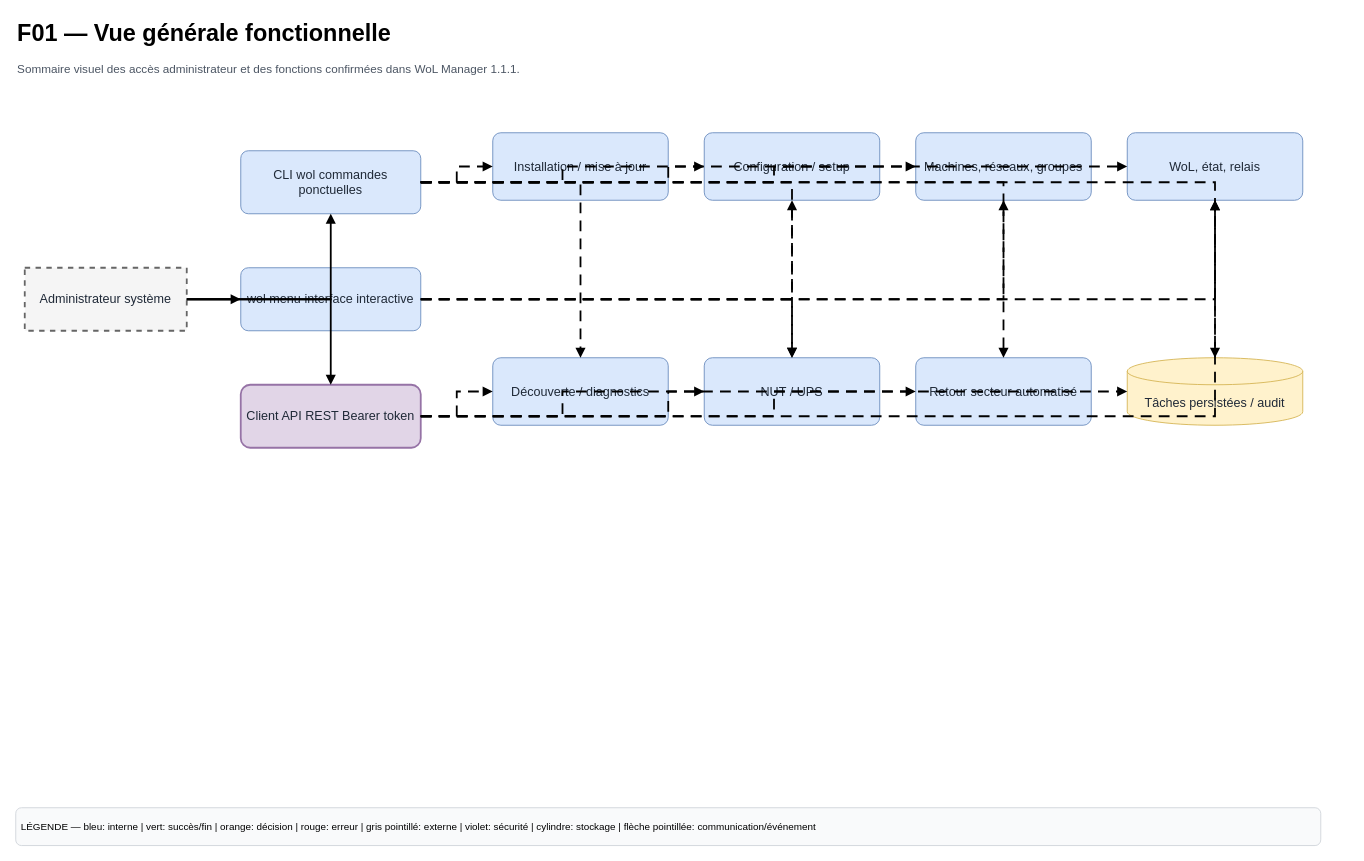
HaasGa-Factory/WOL-Manager keeps this draw.io diagram as page "F01 — Vue générale" (1 of 13) of docs/diagrams/WoL-Manager-Fonctionnel.drawio. Above is the earlier version. Source tidied: cells renumbered, new cells numbered last; positions are measured from the earlier drawing's top-left corner, leaving out a move shared by most shapes. Both pictures are drawn from the tidied source at 90%, with x=0, y=0 at pixel (15, 15).
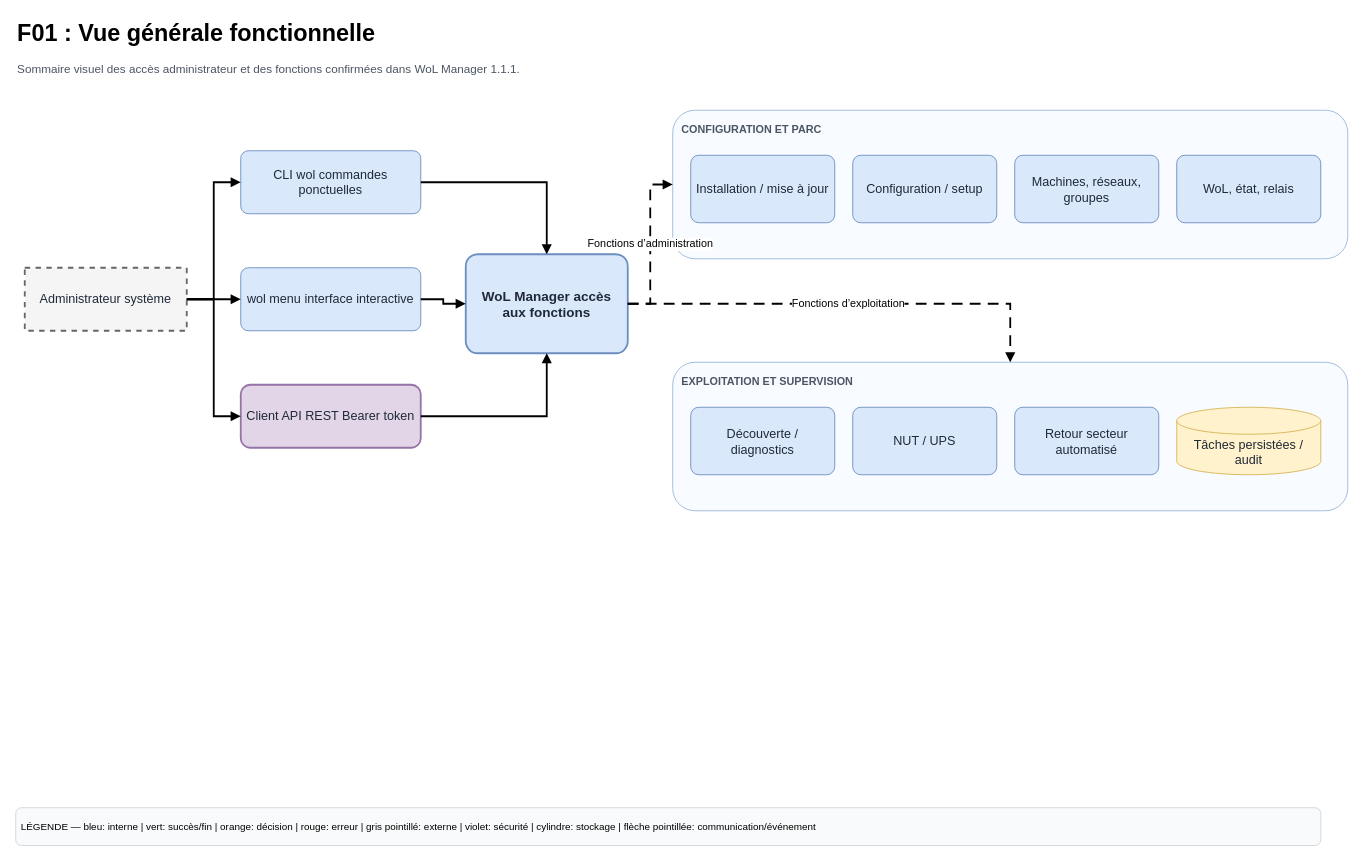
The same page after the edit.

Commit message (it also covers changes not shown here):
docs: add WoL Manager functional and technical diagrams

The change refers to these unchanged cells:
```xml
<mxCell id="5" value="Administrateur système" style="whiteSpace=wrap;html=1;fillColor=#f5f5f5;strokeColor=#666666;fontSize=14;fontColor=#1f2937;align=center;verticalAlign=middle;spacing=6;shadow=0;rounded=0;strokeWidth=2;dashed=1;" parent="1" vertex="1">
  <mxGeometry x="10" y="280" width="180" height="70" as="geometry" />
</mxCell>
<mxCell id="6" value="CLI wol&amp;#xa;commandes ponctuelles" style="whiteSpace=wrap;html=1;fillColor=#dae8fc;strokeColor=#6c8ebf;fontSize=14;fontColor=#1f2937;align=center;verticalAlign=middle;spacing=6;shadow=0;rounded=1;arcSize=12;" parent="1" vertex="1">
  <mxGeometry x="250" y="150" width="200" height="70" as="geometry" />
</mxCell>
<mxCell id="7" value="wol menu&amp;#xa;interface interactive" style="whiteSpace=wrap;html=1;fillColor=#dae8fc;strokeColor=#6c8ebf;fontSize=14;fontColor=#1f2937;align=center;verticalAlign=middle;spacing=6;shadow=0;rounded=1;arcSize=12;" parent="1" vertex="1">
  <mxGeometry x="250" y="280" width="200" height="70" as="geometry" />
</mxCell>
<mxCell id="8" value="Client API REST&amp;#xa;Bearer token" style="whiteSpace=wrap;html=1;fillColor=#e1d5e7;strokeColor=#9673a6;fontSize=14;fontColor=#1f2937;align=center;verticalAlign=middle;spacing=6;shadow=0;rounded=1;strokeWidth=2;" parent="1" vertex="1">
  <mxGeometry x="250" y="410" width="200" height="70" as="geometry" />
</mxCell>
```

Change to the diagram source:
```diff
@@
-    <mxCell id="2" value="F01 — Vue générale fonctionnelle" style="text;html=1;strokeColor=none;fillColor=none;fontSize=26;fontStyle=1;align=left;verticalAlign=middle;" parent="1" vertex="1">
+    <mxCell id="2" value="F01 : Vue générale fonctionnelle" style="text;html=1;strokeColor=none;fillColor=none;fontSize=26;fontStyle=1;align=left;verticalAlign=middle;" parent="1" vertex="1">
       <mxGeometry width="1100" height="40" as="geometry" />
     </mxCell>
@@
+    <mxCell id="37" value="WoL Manager&amp;#xa;accès aux fonctions" style="whiteSpace=wrap;html=1;fillColor=#dae8fc;strokeColor=#6c8ebf;fontSize=15;fontStyle=1;fontColor=#1f2937;align=center;verticalAlign=middle;spacing=6;shadow=0;rounded=1;arcSize=12;strokeWidth=2;" parent="1" vertex="1">
+      <mxGeometry x="500" y="265" width="180" height="110" as="geometry" />
+    </mxCell>
+    <mxCell id="38" value="CONFIGURATION ET PARC" style="rounded=1;whiteSpace=wrap;html=1;fillColor=#f8fbff;strokeColor=#9bb7d8;fontSize=12;fontStyle=1;fontColor=#4b5563;align=left;verticalAlign=top;spacing=10;" parent="1" vertex="1">
+      <mxGeometry x="730" y="105" width="750" height="165" as="geometry" />
+    </mxCell>
+    <mxCell id="39" value="EXPLOITATION ET SUPERVISION" style="rounded=1;whiteSpace=wrap;html=1;fillColor=#f8fbff;strokeColor=#9bb7d8;fontSize=12;fontStyle=1;fontColor=#4b5563;align=left;verticalAlign=top;spacing=10;" parent="1" vertex="1">
+      <mxGeometry x="730" y="385" width="750" height="165" as="geometry" />
+    </mxCell>
     <mxCell id="9" value="Installation / mise à jour" style="whiteSpace=wrap;html=1;fillColor=#dae8fc;strokeColor=#6c8ebf;fontSize=14;fontColor=#1f2937;align=center;verticalAlign=middle;spacing=6;shadow=0;rounded=1;arcSize=12;" parent="1" vertex="1">
-      <mxGeometry x="530" y="130" width="195" height="75" as="geometry" />
+      <mxGeometry x="750" y="155" width="160" height="75" as="geometry" />
     </mxCell>
     <mxCell id="10" value="Configuration / setup" style="whiteSpace=wrap;html=1;fillColor=#dae8fc;strokeColor=#6c8ebf;fontSize=14;fontColor=#1f2937;align=center;verticalAlign=middle;spacing=6;shadow=0;rounded=1;arcSize=12;" parent="1" vertex="1">
-      <mxGeometry x="765" y="130" width="195" height="75" as="geometry" />
+      <mxGeometry x="930" y="155" width="160" height="75" as="geometry" />
     </mxCell>
     <mxCell id="11" value="Machines, réseaux, groupes" style="whiteSpace=wrap;html=1;fillColor=#dae8fc;strokeColor=#6c8ebf;fontSize=14;fontColor=#1f2937;align=center;verticalAlign=middle;spacing=6;shadow=0;rounded=1;arcSize=12;" parent="1" vertex="1">
-      <mxGeometry x="1000" y="130" width="195" height="75" as="geometry" />
+      <mxGeometry x="1110" y="155" width="160" height="75" as="geometry" />
     </mxCell>
     <mxCell id="12" value="WoL, état, relais" style="whiteSpace=wrap;html=1;fillColor=#dae8fc;strokeColor=#6c8ebf;fontSize=14;fontColor=#1f2937;align=center;verticalAlign=middle;spacing=6;shadow=0;rounded=1;arcSize=12;" parent="1" vertex="1">
-      <mxGeometry x="1235" y="130" width="195" height="75" as="geometry" />
+      <mxGeometry x="1290" y="155" width="160" height="75" as="geometry" />
     </mxCell>
     <mxCell id="13" value="Découverte / diagnostics" style="whiteSpace=wrap;html=1;fillColor=#dae8fc;strokeColor=#6c8ebf;fontSize=14;fontColor=#1f2937;align=center;verticalAlign=middle;spacing=6;shadow=0;rounded=1;arcSize=12;" parent="1" vertex="1">
-      <mxGeometry x="530" y="380" width="195" height="75" as="geometry" />
+      <mxGeometry x="750" y="435" width="160" height="75" as="geometry" />
     </mxCell>
     <mxCell id="14" value="NUT / UPS" style="whiteSpace=wrap;html=1;fillColor=#dae8fc;strokeColor=#6c8ebf;fontSize=14;fontColor=#1f2937;align=center;verticalAlign=middle;spacing=6;shadow=0;rounded=1;arcSize=12;" parent="1" vertex="1">
-      <mxGeometry x="765" y="380" width="195" height="75" as="geometry" />
+      <mxGeometry x="930" y="435" width="160" height="75" as="geometry" />
     </mxCell>
     <mxCell id="15" value="Retour secteur automatisé" style="whiteSpace=wrap;html=1;fillColor=#dae8fc;strokeColor=#6c8ebf;fontSize=14;fontColor=#1f2937;align=center;verticalAlign=middle;spacing=6;shadow=0;rounded=1;arcSize=12;" parent="1" vertex="1">
-      <mxGeometry x="1000" y="380" width="195" height="75" as="geometry" />
+      <mxGeometry x="1110" y="435" width="160" height="75" as="geometry" />
     </mxCell>
     <mxCell id="16" value="Tâches persistées / audit" style="whiteSpace=wrap;html=1;fillColor=#fff2cc;strokeColor=#d6b656;fontSize=14;fontColor=#1f2937;align=center;verticalAlign=middle;spacing=6;shadow=0;shape=cylinder3;boundedLbl=1;backgroundOutline=1;size=15;" parent="1" vertex="1">
-      <mxGeometry x="1235" y="380" width="195" height="75" as="geometry" />
+      <mxGeometry x="1290" y="435" width="160" height="75" as="geometry" />
     </mxCell>
-    <mxCell id="17" style="edgeStyle=orthogonalEdgeStyle;rounded=0;jettySize=auto;html=1;endArrow=block;endFill=1;strokeWidth=2;fontSize=12;labelBackgroundColor=#ffffff;" parent="1" edge="1" source="5" target="6">
-      <mxGeometry relative="1" as="geometry" />
+    <mxCell id="17" style="edgeStyle=orthogonalEdgeStyle;rounded=0;jettySize=auto;html=1;endArrow=block;endFill=1;strokeWidth=2;fontSize=12;labelBackgroundColor=#ffffff;exitX=1;exitY=0.5;entryX=0;entryY=0.5;" parent="1" edge="1" source="5" target="6">
+      <mxGeometry relative="1" as="geometry">
+        <Array as="points">
+          <mxPoint x="220" y="315" />
+          <mxPoint x="220" y="185" />
+        </Array>
+      </mxGeometry>
     </mxCell>
@@
-    <mxCell id="19" style="edgeStyle=orthogonalEdgeStyle;rounded=0;jettySize=auto;html=1;endArrow=block;endFill=1;strokeWidth=2;fontSize=12;labelBackgroundColor=#ffffff;" parent="1" edge="1" source="5" target="8">
-      <mxGeometry relative="1" as="geometry" />
+    <mxCell id="19" style="edgeStyle=orthogonalEdgeStyle;rounded=0;jettySize=auto;html=1;endArrow=block;endFill=1;strokeWidth=2;fontSize=12;labelBackgroundColor=#ffffff;exitX=1;exitY=0.5;entryX=0;entryY=0.5;" parent="1" edge="1" source="5" target="8">
+      <mxGeometry relative="1" as="geometry">
+        <Array as="points">
+          <mxPoint x="220" y="315" />
+          <mxPoint x="220" y="445" />
+        </Array>
+      </mxGeometry>
     </mxCell>
-    <mxCell id="20" style="edgeStyle=orthogonalEdgeStyle;rounded=0;jettySize=auto;html=1;endArrow=block;endFill=1;strokeWidth=2;fontSize=12;labelBackgroundColor=#ffffff;dashed=1;dashPattern=6 4;" parent="1" edge="1" source="6" target="10">
+    <mxCell id="20" style="edgeStyle=orthogonalEdgeStyle;rounded=0;jettySize=auto;html=1;endArrow=block;endFill=1;strokeWidth=2;fontSize=12;labelBackgroundColor=#ffffff;" parent="1" edge="1" source="6" target="37">
       <mxGeometry relative="1" as="geometry" />
     </mxCell>
-    <mxCell id="21" style="edgeStyle=orthogonalEdgeStyle;rounded=0;jettySize=auto;html=1;endArrow=block;endFill=1;strokeWidth=2;fontSize=12;labelBackgroundColor=#ffffff;dashed=1;dashPattern=6 4;" parent="1" edge="1" source="6" target="11">
+    <mxCell id="21" style="edgeStyle=orthogonalEdgeStyle;rounded=0;jettySize=auto;html=1;endArrow=block;endFill=1;strokeWidth=2;fontSize=12;labelBackgroundColor=#ffffff;" parent="1" edge="1" source="7" target="37">
       <mxGeometry relative="1" as="geometry" />
     </mxCell>
-    <mxCell id="22" style="edgeStyle=orthogonalEdgeStyle;rounded=0;jettySize=auto;html=1;endArrow=block;endFill=1;strokeWidth=2;fontSize=12;labelBackgroundColor=#ffffff;dashed=1;dashPattern=6 4;" parent="1" edge="1" source="6" target="12">
+    <mxCell id="22" style="edgeStyle=orthogonalEdgeStyle;rounded=0;jettySize=auto;html=1;endArrow=block;endFill=1;strokeWidth=2;fontSize=12;labelBackgroundColor=#ffffff;" parent="1" edge="1" source="8" target="37">
       <mxGeometry relative="1" as="geometry" />
     </mxCell>
-    <mxCell id="23" style="edgeStyle=orthogonalEdgeStyle;rounded=0;jettySize=auto;html=1;endArrow=block;endFill=1;strokeWidth=2;fontSize=12;labelBackgroundColor=#ffffff;dashed=1;dashPattern=6 4;" parent="1" edge="1" source="6" target="13">
+    <mxCell id="23" value="Fonctions d’administration" style="edgeStyle=orthogonalEdgeStyle;rounded=0;jettySize=auto;html=1;endArrow=block;endFill=1;strokeWidth=2;fontSize=12;labelBackgroundColor=#ffffff;dashed=1;dashPattern=6 4;" parent="1" edge="1" source="37" target="38">
       <mxGeometry relative="1" as="geometry" />
     </mxCell>
-    <mxCell id="24" style="edgeStyle=orthogonalEdgeStyle;rounded=0;jettySize=auto;html=1;endArrow=block;endFill=1;strokeWidth=2;fontSize=12;labelBackgroundColor=#ffffff;dashed=1;dashPattern=6 4;" parent="1" edge="1" source="6" target="14">
+    <mxCell id="24" value="Fonctions d’exploitation" style="edgeStyle=orthogonalEdgeStyle;rounded=0;jettySize=auto;html=1;endArrow=block;endFill=1;strokeWidth=2;fontSize=12;labelBackgroundColor=#ffffff;dashed=1;dashPattern=6 4;" parent="1" edge="1" source="37" target="39">
       <mxGeometry relative="1" as="geometry" />
     </mxCell>
-    <mxCell id="25" style="edgeStyle=orthogonalEdgeStyle;rounded=0;jettySize=auto;html=1;endArrow=block;endFill=1;strokeWidth=2;fontSize=12;labelBackgroundColor=#ffffff;dashed=1;dashPattern=6 4;" parent="1" edge="1" source="6" target="15">
-      <mxGeometry relative="1" as="geometry" />
-    </mxCell>
-    <mxCell id="26" style="edgeStyle=orthogonalEdgeStyle;rounded=0;jettySize=auto;html=1;endArrow=block;endFill=1;strokeWidth=2;fontSize=12;labelBackgroundColor=#ffffff;dashed=1;dashPattern=6 4;" parent="1" edge="1" source="6" target="16">
-      <mxGeometry relative="1" as="geometry" />
-    </mxCell>
-    <mxCell id="27" style="edgeStyle=orthogonalEdgeStyle;rounded=0;jettySize=auto;html=1;endArrow=block;endFill=1;strokeWidth=2;fontSize=12;labelBackgroundColor=#ffffff;dashed=1;dashPattern=6 4;" parent="1" edge="1" source="7" target="10">
-      <mxGeometry relative="1" as="geometry" />
-    </mxCell>
-    <mxCell id="28" style="edgeStyle=orthogonalEdgeStyle;rounded=0;jettySize=auto;html=1;endArrow=block;endFill=1;strokeWidth=2;fontSize=12;labelBackgroundColor=#ffffff;dashed=1;dashPattern=6 4;" parent="1" edge="1" source="7" target="11">
-      <mxGeometry relative="1" as="geometry" />
-    </mxCell>
-    <mxCell id="29" style="edgeStyle=orthogonalEdgeStyle;rounded=0;jettySize=auto;html=1;endArrow=block;endFill=1;strokeWidth=2;fontSize=12;labelBackgroundColor=#ffffff;dashed=1;dashPattern=6 4;" parent="1" edge="1" source="7" target="12">
-      <mxGeometry relative="1" as="geometry" />
-    </mxCell>
-    <mxCell id="30" style="edgeStyle=orthogonalEdgeStyle;rounded=0;jettySize=auto;html=1;endArrow=block;endFill=1;strokeWidth=2;fontSize=12;labelBackgroundColor=#ffffff;dashed=1;dashPattern=6 4;" parent="1" edge="1" source="7" target="14">
-      <mxGeometry relative="1" as="geometry" />
-    </mxCell>
-    <mxCell id="31" style="edgeStyle=orthogonalEdgeStyle;rounded=0;jettySize=auto;html=1;endArrow=block;endFill=1;strokeWidth=2;fontSize=12;labelBackgroundColor=#ffffff;dashed=1;dashPattern=6 4;" parent="1" edge="1" source="8" target="12">
-      <mxGeometry relative="1" as="geometry" />
-    </mxCell>
-    <mxCell id="32" style="edgeStyle=orthogonalEdgeStyle;rounded=0;jettySize=auto;html=1;endArrow=block;endFill=1;strokeWidth=2;fontSize=12;labelBackgroundColor=#ffffff;dashed=1;dashPattern=6 4;" parent="1" edge="1" source="8" target="13">
-      <mxGeometry relative="1" as="geometry" />
-    </mxCell>
-    <mxCell id="33" style="edgeStyle=orthogonalEdgeStyle;rounded=0;jettySize=auto;html=1;endArrow=block;endFill=1;strokeWidth=2;fontSize=12;labelBackgroundColor=#ffffff;dashed=1;dashPattern=6 4;" parent="1" edge="1" source="8" target="14">
-      <mxGeometry relative="1" as="geometry" />
-    </mxCell>
-    <mxCell id="34" style="edgeStyle=orthogonalEdgeStyle;rounded=0;jettySize=auto;html=1;endArrow=block;endFill=1;strokeWidth=2;fontSize=12;labelBackgroundColor=#ffffff;dashed=1;dashPattern=6 4;" parent="1" edge="1" source="8" target="15">
-      <mxGeometry relative="1" as="geometry" />
-    </mxCell>
-    <mxCell id="35" style="edgeStyle=orthogonalEdgeStyle;rounded=0;jettySize=auto;html=1;endArrow=block;endFill=1;strokeWidth=2;fontSize=12;labelBackgroundColor=#ffffff;dashed=1;dashPattern=6 4;" parent="1" edge="1" source="8" target="16">
-      <mxGeometry relative="1" as="geometry" />
-    </mxCell>
-    <mxCell id="36" style="edgeStyle=orthogonalEdgeStyle;rounded=0;jettySize=auto;html=1;endArrow=block;endFill=1;strokeWidth=2;fontSize=12;labelBackgroundColor=#ffffff;dashed=1;dashPattern=6 4;" parent="1" edge="1" source="6" target="9">
-      <mxGeometry relative="1" as="geometry" />
-    </mxCell>
```
